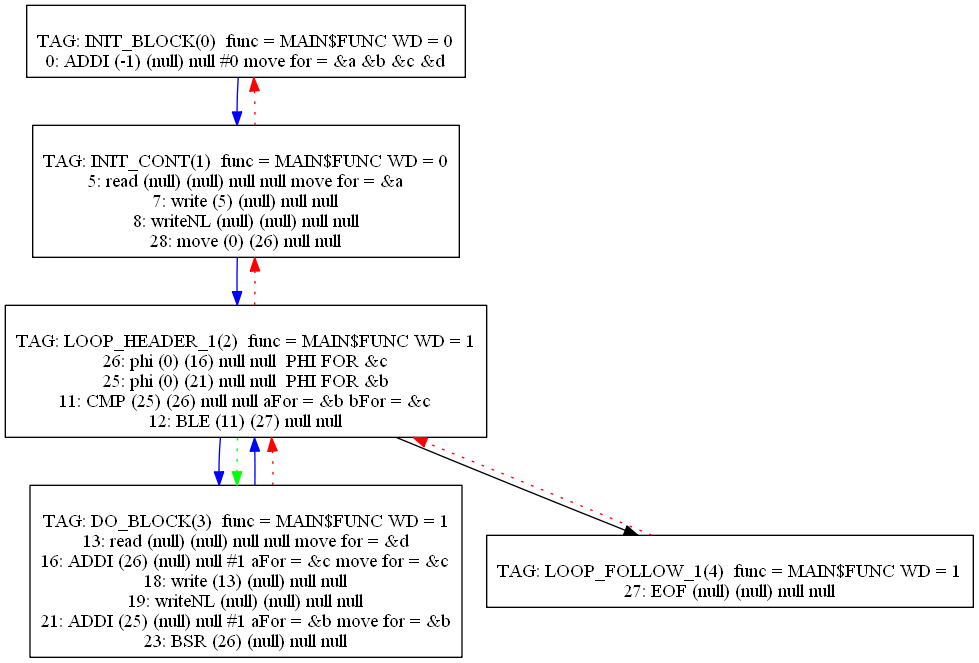
This is Compiler/31graph.png from mbajaj92/Project-Astoria, a Graphviz export, as it was before one commit. Its source is kept beside it as Compiler/31graph.dot.
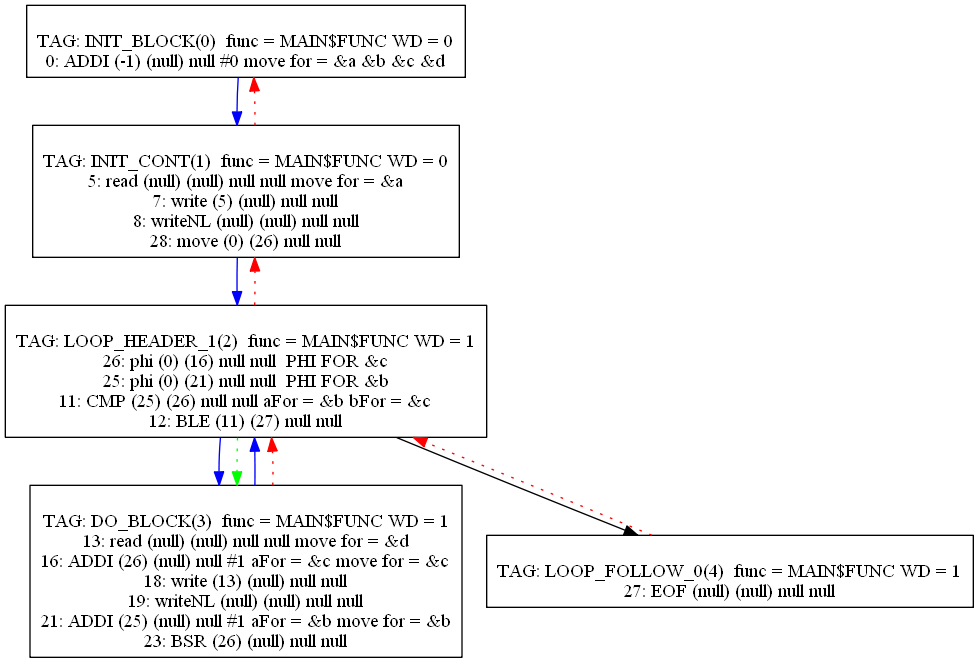
The same diagram one commit later.

What changed in the source:
```diff
@@ -40,7 +40,7 @@
 3 -> 2[color=blue]
 3 -> 2[color=red][style=dotted]
 4[label="
-TAG: LOOP_FOLLOW_1(4)  func = MAIN$FUNC WD = 1
+TAG: LOOP_FOLLOW_0(4)  func = MAIN$FUNC WD = 1
 27: EOF (null) (null) null null
 "];
 4[shape=box];
```
